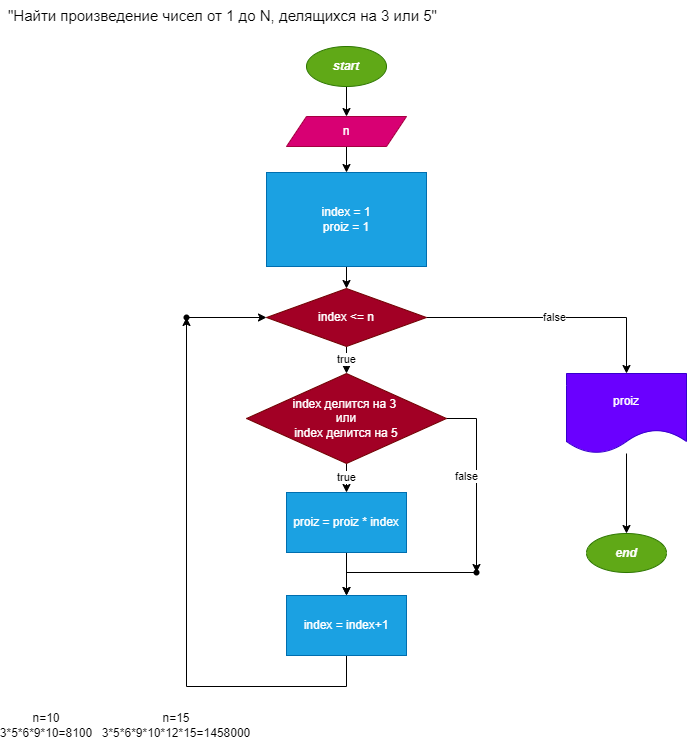
This is blok.drawio.png from SboevaTatiana/SboevaTatiana.github.io, a draw.io export, as it was before one commit. Source tidied: cells renumbered, new cells last; positions are measured from the earlier drawing's top-left corner, leaving out a move shared by most shapes.
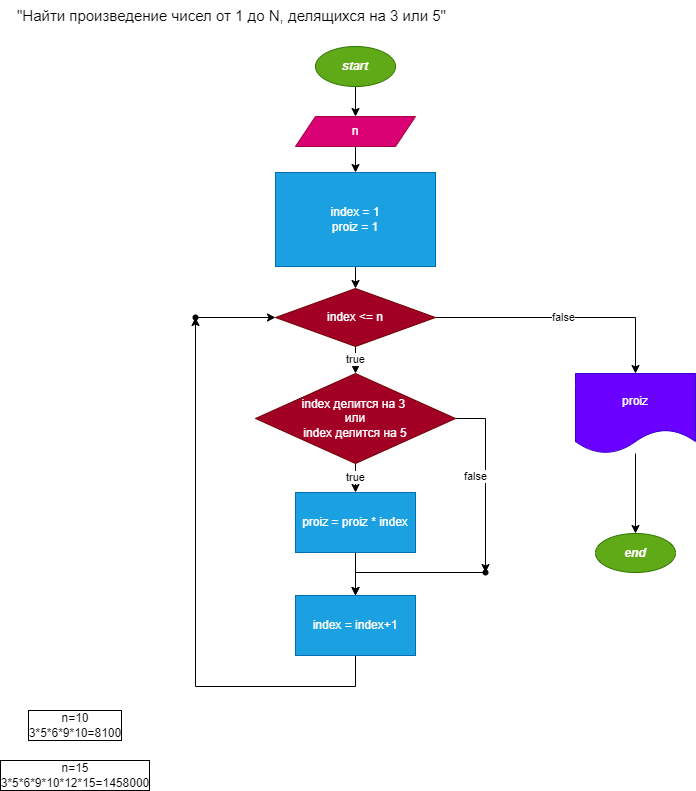
The same diagram one commit later.

Commit message:
отформатировали текст примеров решения задачи

The edit, as a diff of the source:
```diff
@@ -79,11 +79,11 @@
     <mxCell id="25" value="&lt;span style=&quot;font-family: roboto, &amp;quot;san francisco&amp;quot;, &amp;quot;helvetica neue&amp;quot;, helvetica, arial; font-size: 15px;&quot;&gt;&quot;Найти произведение чисел от 1 до N, делящихся на 3 или 5&quot;&lt;/span&gt;" style="text;whiteSpace=wrap;html=1;fontColor=default;labelBackgroundColor=default;labelBorderColor=none;" parent="1" vertex="1">
       <mxGeometry width="440" height="30" as="geometry" />
     </mxCell>
-    <mxCell id="26" value="n=10&lt;br&gt;3*5*6*9*10=8100" style="text;html=1;strokeColor=none;fillColor=none;align=center;verticalAlign=middle;whiteSpace=wrap;rounded=0;labelBackgroundColor=default;labelBorderColor=none;fontColor=default;" parent="1" vertex="1">
-      <mxGeometry x="10" y="710" width="60" height="30" as="geometry" />
+    <mxCell id="26" value="n=10&lt;br&gt;3*5*6*9*10=8100" style="text;html=1;strokeColor=none;fillColor=none;align=center;verticalAlign=middle;whiteSpace=wrap;rounded=0;labelBackgroundColor=default;labelBorderColor=default;fontColor=default;" parent="1" vertex="1">
+      <mxGeometry x="30" y="710" width="60" height="30" as="geometry" />
     </mxCell>
-    <mxCell id="27" value="n=15&lt;br&gt;3*5*6*9*10*12*15=1458000" style="text;html=1;strokeColor=none;fillColor=none;align=center;verticalAlign=middle;whiteSpace=wrap;rounded=0;labelBackgroundColor=default;labelBorderColor=none;fontColor=default;" parent="1" vertex="1">
-      <mxGeometry x="140" y="710" width="60" height="30" as="geometry" />
+    <mxCell id="27" value="n=15&lt;br&gt;3*5*6*9*10*12*15=1458000" style="text;html=1;strokeColor=none;fillColor=none;align=center;verticalAlign=middle;whiteSpace=wrap;rounded=0;labelBackgroundColor=default;labelBorderColor=default;fontColor=default;" parent="1" vertex="1">
+      <mxGeometry x="30" y="760" width="60" height="30" as="geometry" />
     </mxCell>
   </root>
 </mxGraphModel>
```
